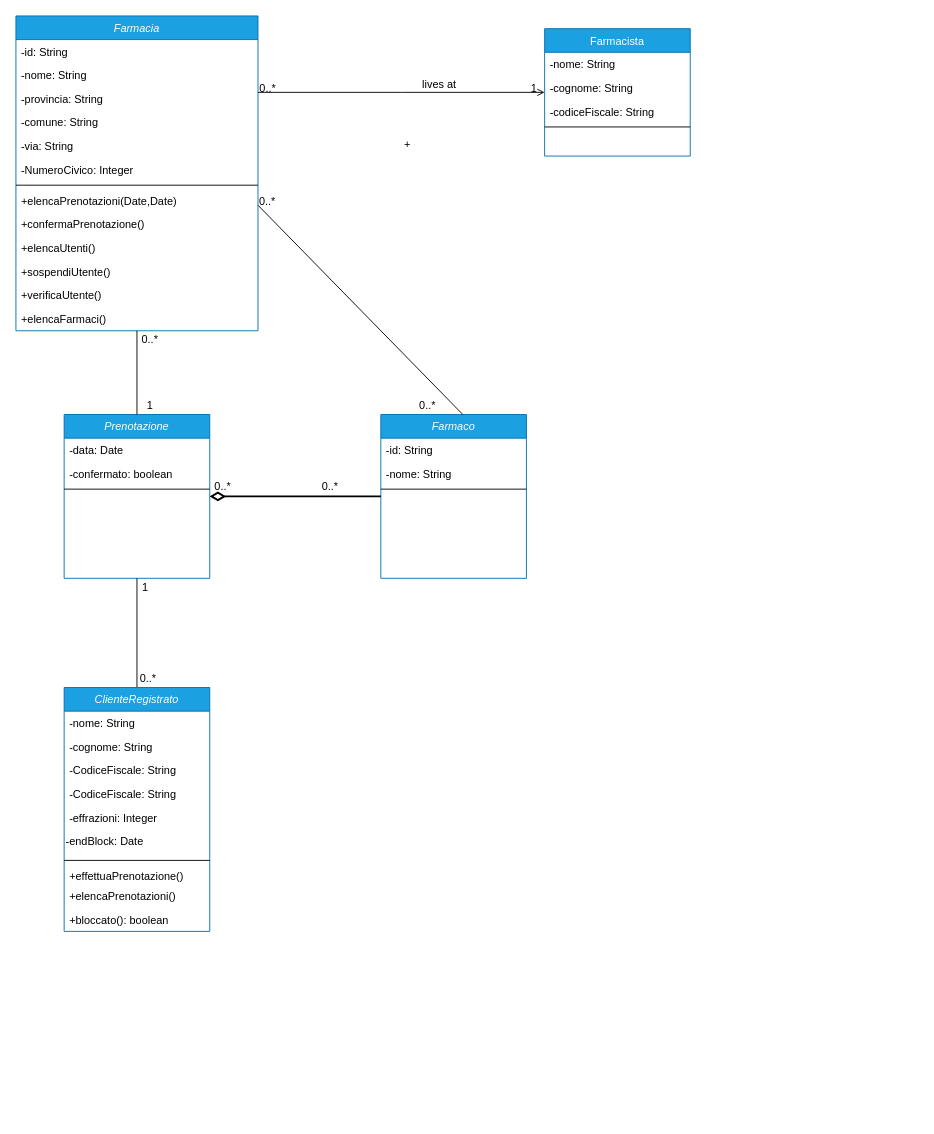
Before: ModelloDominio.drawio in lnwor/farmabyte-doc, a draw.io diagram. Source tidied: cells renumbered, new cells numbered last; positions are measured from the earlier drawing's top-left corner, leaving out a move shared by most shapes. Both pictures are drawn from the tidied source at 91%, with x=0, y=0 at pixel (15, 15).
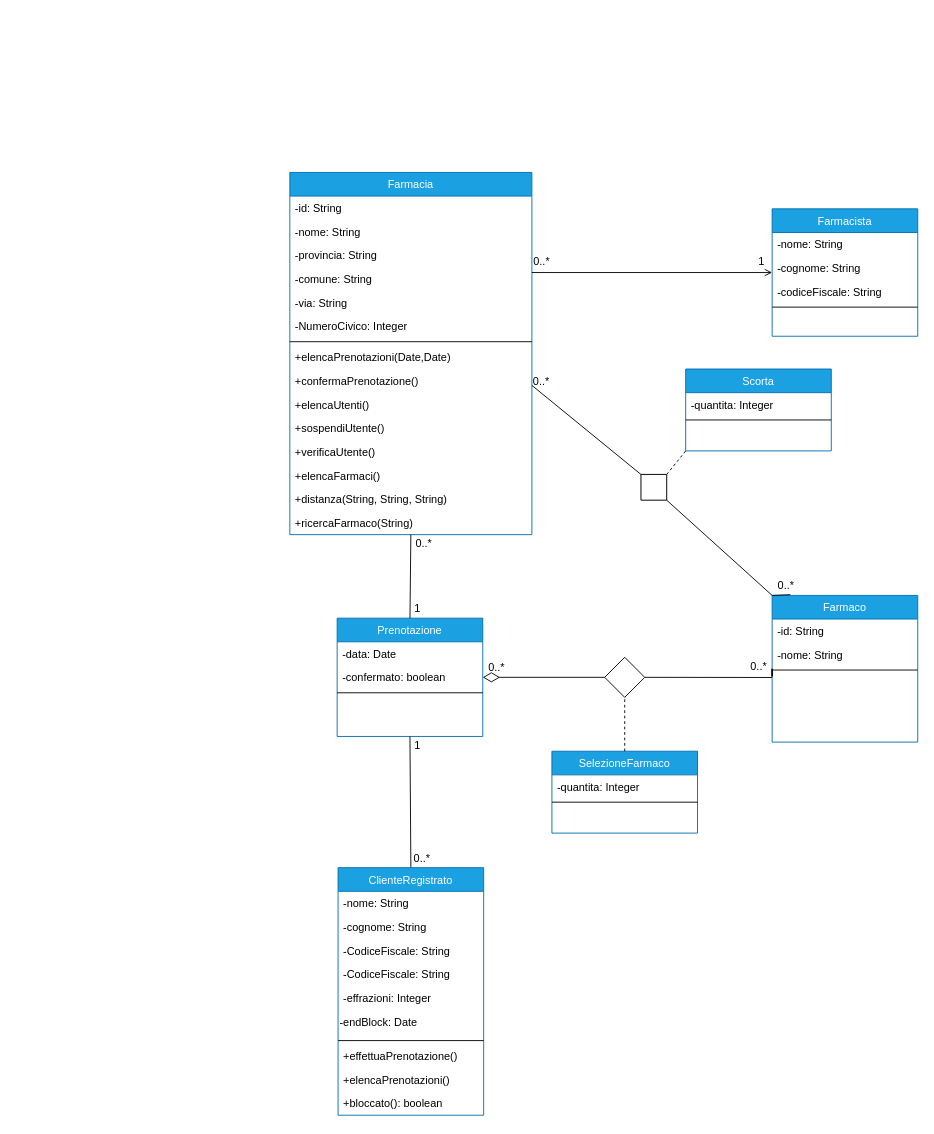
After the change.

Commit message (it also covers changes not shown here):
fine dominio

What changed in the source:
```diff
@@
-    <mxCell id="0" />
-    <mxCell id="1" parent="0" />
+    <mxCell id="57" />
+    <mxCell id="58" parent="57" />
-    <mxCell id="2" value="Farmacia" style="swimlane;fontStyle=2;align=center;verticalAlign=top;horizontal=1;startSize=26;rounded=0;shadow=0;strokeWidth=1;fillColor=#1ba1e2;strokeColor=#006EAF;fontColor=#ffffff;" parent="1" vertex="1">
-      <mxGeometry width="266" height="346" as="geometry" />
+    <mxCell id="2" value="Farmacia" style="swimlane;fontStyle=0;align=center;verticalAlign=top;horizontal=1;startSize=26;rounded=0;shadow=0;strokeWidth=1;fillColor=#1ba1e2;strokeColor=#006EAF;fontColor=#ffffff;" parent="58" vertex="1">
+      <mxGeometry x="301" y="172" width="266" height="398" as="geometry" />
     </mxCell>
@@
+    <mxCell id="59" value="+distanza(String, String, String) " style="text;align=left;verticalAlign=top;spacingLeft=4;spacingRight=4;overflow=hidden;" parent="2" vertex="1">
+      <mxGeometry y="346" width="266" height="26" as="geometry" />
+    </mxCell>
+    <mxCell id="60" value="+ricercaFarmaco(String)" style="text;align=left;verticalAlign=top;spacingLeft=4;spacingRight=4;overflow=hidden;" parent="2" vertex="1">
+      <mxGeometry y="372" width="266" height="26" as="geometry" />
+    </mxCell>
-    <mxCell id="16" value="Farmacista" style="swimlane;fontStyle=0;align=center;verticalAlign=top;horizontal=1;startSize=26;rounded=0;shadow=0;strokeWidth=1;fillColor=#1ba1e2;strokeColor=#006EAF;fontColor=#ffffff;" parent="1" vertex="1">
-      <mxGeometry x="581" y="14" width="160" height="140" as="geometry" />
+    <mxCell id="16" value="Farmacista" style="swimlane;fontStyle=0;align=center;verticalAlign=top;horizontal=1;startSize=26;rounded=0;shadow=0;strokeWidth=1;fillColor=#1ba1e2;strokeColor=#006EAF;fontColor=#ffffff;" parent="58" vertex="1">
+      <mxGeometry x="831" y="212" width="160" height="140" as="geometry" />
     </mxCell>
@@
-    <mxCell id="21" style="endArrow=open;shadow=0;strokeWidth=1;rounded=0;endFill=1;edgeStyle=elbowEdgeStyle;elbow=vertical;" parent="1" edge="1" source="2" target="16">
+    <mxCell id="21" style="endArrow=open;shadow=0;strokeWidth=1;rounded=0;endFill=1;edgeStyle=elbowEdgeStyle;elbow=vertical;" parent="58" edge="1" source="2" target="16">
       <mxGeometry x="0.5" y="41" relative="1" as="geometry">
         <mxPoint x="-40" y="32" as="offset" />
       </mxGeometry>
     </mxCell>
     <mxCell id="22" value="0..*" style="align=left;verticalAlign=bottom;labelBackgroundColor=none;fontSize=12;" parent="21" vertex="1">
       <mxGeometry x="-1" relative="1" as="geometry">
-        <mxPoint y="4" as="offset" />
+        <mxPoint y="-4" as="offset" />
       </mxGeometry>
     </mxCell>
     <mxCell id="23" value="1" style="align=right;verticalAlign=bottom;labelBackgroundColor=none;fontSize=12;" parent="21" vertex="1">
       <mxGeometry x="1" relative="1" as="geometry">
-        <mxPoint x="-7" y="4" as="offset" />
+        <mxPoint x="-7" y="-4" as="offset" />
       </mxGeometry>
     </mxCell>
-    <mxCell id="24" value="lives at" style="text;html=1;align=center;verticalAlign=middle;labelBackgroundColor=none;rounded=0;shadow=0;strokeWidth=1;fontSize=12;" parent="21" vertex="1">
-      <mxGeometry x="0.5" y="49" relative="1" as="geometry">
-        <mxPoint x="-38" y="40" as="offset" />
-      </mxGeometry>
-    </mxCell>
-    <mxCell id="25" value="Farmaco" style="swimlane;fontStyle=2;align=center;verticalAlign=top;horizontal=1;startSize=26;rounded=0;shadow=0;strokeWidth=1;fillColor=#1ba1e2;strokeColor=#006EAF;fontColor=#ffffff;" parent="1" vertex="1">
-      <mxGeometry x="401" y="438" width="160" height="180" as="geometry" />
+    <mxCell id="25" value="Farmaco" style="swimlane;fontStyle=0;align=center;verticalAlign=top;horizontal=1;startSize=26;rounded=0;shadow=0;strokeWidth=1;fillColor=#1ba1e2;strokeColor=#006EAF;fontColor=#ffffff;" parent="58" vertex="1">
+      <mxGeometry x="831" y="636.8" width="160" height="161.2" as="geometry" />
     </mxCell>
@@
-    <mxCell id="28" style="line;html=1;strokeWidth=1;align=left;verticalAlign=middle;spacingTop=-1;spacingLeft=3;spacingRight=3;labelPosition=right;" parent="25" vertex="1">
-      <mxGeometry y="78" width="160" height="8" as="geometry" />
-    </mxCell>
+    <mxCell id="61" style="line;html=1;strokeWidth=1;align=left;verticalAlign=middle;spacingTop=-1;spacingLeft=3;spacingRight=3;labelPosition=right;" parent="25" vertex="1">
+      <mxGeometry y="78" width="160" height="8" as="geometry" />
+    </mxCell>
-    <mxCell id="29" value="Prenotazione" style="swimlane;fontStyle=2;align=center;verticalAlign=top;horizontal=1;startSize=26;rounded=0;shadow=0;strokeWidth=1;fillColor=#1ba1e2;strokeColor=#006EAF;fontColor=#ffffff;" parent="1" vertex="1">
-      <mxGeometry x="53" y="438" width="160" height="180" as="geometry" />
+    <mxCell id="29" value="Prenotazione" style="swimlane;fontStyle=0;align=center;verticalAlign=top;horizontal=1;startSize=26;rounded=0;shadow=0;strokeWidth=1;fillColor=#1ba1e2;strokeColor=#006EAF;fontColor=#ffffff;" parent="58" vertex="1">
+      <mxGeometry x="353" y="661.8" width="160" height="130" as="geometry" />
     </mxCell>
@@
-    <mxCell id="32" style="line;html=1;strokeWidth=1;align=left;verticalAlign=middle;spacingTop=-1;spacingLeft=3;spacingRight=3;labelPosition=right;" parent="29" vertex="1">
-      <mxGeometry y="78" width="160" height="8" as="geometry" />
-    </mxCell>
+    <mxCell id="62" style="line;html=1;strokeWidth=1;align=left;verticalAlign=middle;spacingTop=-1;spacingLeft=3;spacingRight=3;labelPosition=right;" parent="29" vertex="1">
+      <mxGeometry y="78" width="160" height="8" as="geometry" />
+    </mxCell>
-    <mxCell id="33" style="endArrow=none;html=1;entryX=0.5;entryY=1;entryDx=0;entryDy=0;exitX=0.5;exitY=0;exitDx=0;exitDy=0;endFill=0;" parent="1" edge="1" source="29" target="2">
+    <mxCell id="33" style="endArrow=none;html=1;entryX=0.5;entryY=1;entryDx=0;entryDy=0;exitX=0.5;exitY=0;exitDx=0;exitDy=0;endFill=0;" parent="58" edge="1" source="29" target="2">
       <mxGeometry relative="1" as="geometry" />
     </mxCell>
-    <mxCell id="34" style="endArrow=none;html=1;exitX=0.5;exitY=0;exitDx=0;exitDy=0;entryX=0.5;entryY=1;entryDx=0;entryDy=0;endFill=0;" parent="1" edge="1" source="45" target="29">
+    <mxCell id="34" style="endArrow=none;html=1;exitX=0.5;exitY=0;exitDx=0;exitDy=0;entryX=0.5;entryY=1;entryDx=0;entryDy=0;endFill=0;" parent="58" edge="1" source="45" target="29">
       <mxGeometry relative="1" as="geometry" />
     </mxCell>
-    <mxCell id="35" style="endArrow=none;html=1;exitX=1;exitY=0.5;exitDx=0;exitDy=0;entryX=0;entryY=0.5;entryDx=0;entryDy=0;endFill=0;startSize=12;sourcePerimeterSpacing=13;strokeWidth=2;startArrow=diamondThin;startFill=0;" parent="1" edge="1" source="29" target="25">
-      <mxGeometry relative="1" as="geometry" />
-    </mxCell>
-    <mxCell id="36" style="endArrow=none;html=1;entryX=0.563;entryY=0;entryDx=0;entryDy=0;entryPerimeter=0;endFill=0;" parent="1" edge="1" target="25">
-      <mxGeometry relative="1" as="geometry">
-        <mxPoint x="266" y="208" as="sourcePoint" />
-      </mxGeometry>
-    </mxCell>
-    <mxCell id="37" value="0..*" style="text;html=1;align=center;verticalAlign=middle;strokeColor=none;" parent="1" vertex="1">
-      <mxGeometry x="261" y="194" width="30" height="20" as="geometry" />
-    </mxCell>
-    <mxCell id="38" value="0..*" style="text;html=1;align=center;verticalAlign=middle;strokeColor=none;" parent="1" vertex="1">
-      <mxGeometry x="437" y="418" width="30" height="20" as="geometry" />
-    </mxCell>
-    <mxCell id="39" value="1" style="text;html=1;align=center;verticalAlign=middle;strokeColor=none;" parent="1" vertex="1">
-      <mxGeometry x="137" y="418" width="20" height="20" as="geometry" />
-    </mxCell>
-    <mxCell id="40" value="0..*" style="text;html=1;align=center;verticalAlign=middle;strokeColor=none;" parent="1" vertex="1">
-      <mxGeometry x="132" y="346" width="30" height="20" as="geometry" />
-    </mxCell>
-    <mxCell id="41" value="1" style="text;html=1;align=center;verticalAlign=middle;strokeColor=none;" parent="1" vertex="1">
-      <mxGeometry x="132" y="618" width="20" height="20" as="geometry" />
-    </mxCell>
-    <mxCell id="42" value="0..*" style="text;html=1;align=center;verticalAlign=middle;strokeColor=none;" parent="1" vertex="1">
-      <mxGeometry x="130" y="718" width="30" height="20" as="geometry" />
-    </mxCell>
-    <mxCell id="43" value="0..*" style="text;html=1;align=center;verticalAlign=middle;strokeColor=none;" parent="1" vertex="1">
-      <mxGeometry x="212" y="508" width="30" height="20" as="geometry" />
-    </mxCell>
-    <mxCell id="44" value="0..*" style="text;html=1;align=center;verticalAlign=middle;strokeColor=none;" parent="1" vertex="1">
-      <mxGeometry x="330" y="508" width="30" height="20" as="geometry" />
-    </mxCell>
+    <mxCell id="63" style="endArrow=none;html=1;exitX=1;exitY=0.5;exitDx=0;exitDy=0;entryX=0;entryY=0.5;entryDx=0;entryDy=0;endFill=0;startSize=12;strokeWidth=2;startArrow=none;startFill=0;" parent="58" edge="1" target="25">
+      <mxGeometry relative="1" as="geometry">
+        <mxPoint x="831" y="726" as="sourcePoint" />
+      </mxGeometry>
+    </mxCell>
+    <mxCell id="64" style="endArrow=none;html=1;entryX=0;entryY=0;entryDx=0;entryDy=0;endFill=0;startArrow=none;" parent="58" edge="1" target="25">
+      <mxGeometry relative="1" as="geometry">
+        <mxPoint x="851" y="636" as="sourcePoint" />
+      </mxGeometry>
+    </mxCell>
+    <mxCell id="65" value="0..*" style="text;html=1;align=center;verticalAlign=middle;strokeColor=none;" parent="58" vertex="1">
+      <mxGeometry x="562" y="392" width="30" height="20" as="geometry" />
+    </mxCell>
+    <mxCell id="66" value="1" style="text;html=1;align=center;verticalAlign=middle;strokeColor=none;" parent="58" vertex="1">
+      <mxGeometry x="431" y="641.8" width="20" height="20" as="geometry" />
+    </mxCell>
+    <mxCell id="67" value="0..*" style="text;html=1;align=center;verticalAlign=middle;strokeColor=none;" parent="58" vertex="1">
+      <mxGeometry x="433" y="570" width="30" height="20" as="geometry" />
+    </mxCell>
+    <mxCell id="68" value="1" style="text;html=1;align=center;verticalAlign=middle;strokeColor=none;" parent="58" vertex="1">
+      <mxGeometry x="431" y="791.8" width="20" height="20" as="geometry" />
+    </mxCell>
+    <mxCell id="69" value="0..*" style="text;html=1;align=center;verticalAlign=middle;strokeColor=none;" parent="58" vertex="1">
+      <mxGeometry x="431" y="916" width="30" height="20" as="geometry" />
+    </mxCell>
+    <mxCell id="70" value="0..*" style="text;html=1;align=center;verticalAlign=middle;strokeColor=none;" parent="58" vertex="1">
+      <mxGeometry x="513" y="706" width="30" height="20" as="geometry" />
+    </mxCell>
-    <mxCell id="45" value="ClienteRegistrato" style="swimlane;fontStyle=2;align=center;verticalAlign=top;horizontal=1;startSize=26;rounded=0;shadow=0;strokeWidth=1;fillColor=#1ba1e2;strokeColor=#006EAF;fontColor=#ffffff;" parent="1" vertex="1">
-      <mxGeometry x="53" y="738" width="160" height="268" as="geometry" />
+    <mxCell id="45" value="ClienteRegistrato" style="swimlane;fontStyle=0;align=center;verticalAlign=top;horizontal=1;startSize=26;rounded=0;shadow=0;strokeWidth=1;fillColor=#1ba1e2;strokeColor=#006EAF;fontColor=#ffffff;" parent="58" vertex="1">
+      <mxGeometry x="354" y="936" width="160" height="272" as="geometry" />
     </mxCell>
@@
     <mxCell id="53" value="+effettuaPrenotazione()" style="text;align=left;verticalAlign=top;spacingLeft=4;spacingRight=4;overflow=hidden;" parent="45" vertex="1">
-      <mxGeometry y="194" width="160" height="22" as="geometry" />
+      <mxGeometry y="194" width="160" height="26" as="geometry" />
     </mxCell>
     <mxCell id="54" value="+elencaPrenotazioni()" style="text;align=left;verticalAlign=top;spacingLeft=4;spacingRight=4;overflow=hidden;" parent="45" vertex="1">
-      <mxGeometry y="216" width="160" height="26" as="geometry" />
+      <mxGeometry y="220" width="160" height="26" as="geometry" />
     </mxCell>
     <mxCell id="55" value="+bloccato(): boolean" style="text;align=left;verticalAlign=top;spacingLeft=4;spacingRight=4;overflow=hidden;" parent="45" vertex="1">
-      <mxGeometry y="242" width="160" height="26" as="geometry" />
+      <mxGeometry y="246" width="160" height="26" as="geometry" />
     </mxCell>
-    <mxCell id="56" value="+" style="text;align=left;verticalAlign=top;spacingLeft=4;spacingRight=4;overflow=hidden;" parent="1" vertex="1">
-      <mxGeometry x="421" y="128" width="160" height="26" as="geometry" />
-    </mxCell>
+    <mxCell id="71" style="endArrow=none;html=1;entryX=0;entryY=0;entryDx=0;entryDy=0;endFill=0;startArrow=none;exitX=1;exitY=0.5;exitDx=0;exitDy=0;" parent="58" edge="1" source="84" target="25">
+      <mxGeometry relative="1" as="geometry" />
+    </mxCell>
+    <mxCell id="72" style="endArrow=none;html=1;exitX=1;exitY=0.5;exitDx=0;exitDy=0;endFill=0;startSize=16;strokeWidth=1;startArrow=none;startFill=0;" parent="58" edge="1" source="80">
+      <mxGeometry relative="1" as="geometry">
+        <mxPoint x="831" y="727" as="targetPoint" />
+      </mxGeometry>
+    </mxCell>
+    <mxCell id="73" value="0..*" style="text;html=1;align=center;verticalAlign=middle;strokeColor=none;" parent="58" vertex="1">
+      <mxGeometry x="831" y="616" width="30" height="20" as="geometry" />
+    </mxCell>
+    <mxCell id="74" value="Scorta" style="swimlane;fontStyle=0;align=center;verticalAlign=top;horizontal=1;startSize=26;rounded=0;shadow=0;strokeWidth=1;fillColor=#1ba1e2;strokeColor=#006EAF;fontColor=#ffffff;" parent="58" vertex="1">
+      <mxGeometry x="736" y="388" width="160" height="90" as="geometry" />
+    </mxCell>
+    <mxCell id="75" value="-quantita: Integer" style="text;align=left;verticalAlign=top;spacingLeft=4;spacingRight=4;overflow=hidden;" parent="74" vertex="1">
+      <mxGeometry y="26" width="160" height="26" as="geometry" />
+    </mxCell>
+    <mxCell id="76" style="line;html=1;strokeWidth=1;align=left;verticalAlign=middle;spacingTop=-1;spacingLeft=3;spacingRight=3;labelPosition=right;" parent="74" vertex="1">
+      <mxGeometry y="52" width="160" height="8" as="geometry" />
+    </mxCell>
+    <mxCell id="77" value="SelezioneFarmaco" style="swimlane;fontStyle=0;align=center;verticalAlign=top;horizontal=1;startSize=26;rounded=0;shadow=0;strokeWidth=1;fillColor=#1ba1e2;strokeColor=#006EAF;fontColor=#ffffff;" parent="58" vertex="1">
+      <mxGeometry x="589" y="808" width="160" height="90" as="geometry" />
+    </mxCell>
+    <mxCell id="78" value="-quantita: Integer" style="text;align=left;verticalAlign=top;spacingLeft=4;spacingRight=4;overflow=hidden;" parent="77" vertex="1">
+      <mxGeometry y="26" width="160" height="26" as="geometry" />
+    </mxCell>
+    <mxCell id="79" style="line;html=1;strokeWidth=1;align=left;verticalAlign=middle;spacingTop=-1;spacingLeft=3;spacingRight=3;labelPosition=right;" parent="77" vertex="1">
+      <mxGeometry y="52" width="160" height="8" as="geometry" />
+    </mxCell>
+    <mxCell id="80" style="rhombus;whiteSpace=wrap;html=1;rotation=0;" parent="58" vertex="1">
+      <mxGeometry x="647" y="704.8" width="44" height="44" as="geometry" />
+    </mxCell>
+    <mxCell id="81" style="endArrow=none;html=1;exitX=1;exitY=0.5;exitDx=0;exitDy=0;entryX=0;entryY=0.5;entryDx=0;entryDy=0;endFill=0;startSize=16;sourcePerimeterSpacing=0;strokeWidth=1;startArrow=diamondThin;startFill=0;" parent="58" edge="1" source="29" target="80">
+      <mxGeometry relative="1" as="geometry" />
+    </mxCell>
+    <mxCell id="82" style="endArrow=none;html=1;startSize=16;sourcePerimeterSpacing=0;strokeWidth=1;exitX=0.5;exitY=0;exitDx=0;exitDy=0;dashed=1;" parent="58" edge="1" source="77" target="80">
+      <mxGeometry relative="1" as="geometry" />
+    </mxCell>
+    <mxCell id="83" style="endArrow=none;html=1;startSize=16;sourcePerimeterSpacing=0;strokeWidth=1;entryX=0;entryY=1;entryDx=0;entryDy=0;exitX=0.5;exitY=0;exitDx=0;exitDy=0;dashed=1;" parent="58" edge="1" source="84" target="74">
+      <mxGeometry relative="1" as="geometry" />
+    </mxCell>
+    <mxCell id="84" style="rhombus;whiteSpace=wrap;html=1;rotation=45;" parent="58" vertex="1">
+      <mxGeometry x="681" y="498" width="40" height="40" as="geometry" />
+    </mxCell>
+    <mxCell id="85" style="endArrow=none;html=1;entryX=0;entryY=0.5;entryDx=0;entryDy=0;endFill=0;" parent="58" edge="1" target="84">
+      <mxGeometry relative="1" as="geometry">
+        <mxPoint x="567" y="406" as="sourcePoint" />
+      </mxGeometry>
+    </mxCell>
+    <mxCell id="86" value="0..*" style="text;html=1;align=center;verticalAlign=middle;strokeColor=none;" parent="58" vertex="1">
+      <mxGeometry x="801" y="704.8" width="30" height="20" as="geometry" />
+    </mxCell>
```
